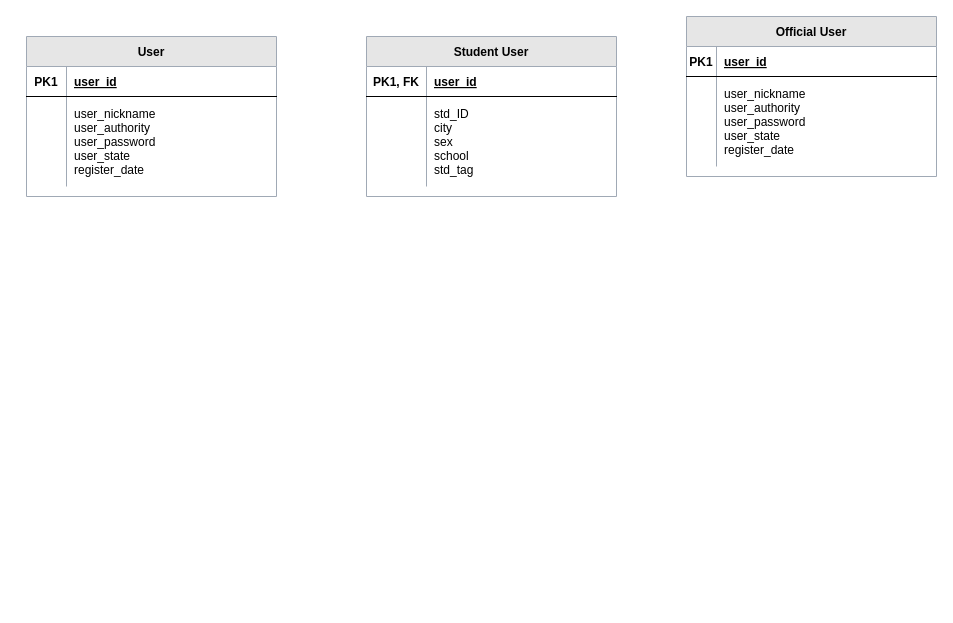
Earlier version of the draw.io diagram Untitled Diagram.drawio (LeoHolmes416/Code-Symphony). Source tidied: cells renumbered, new cells numbered last; positions are measured from the earlier drawing's top-left corner, leaving out a move shared by most shapes. Both pictures are drawn from the tidied source at 100%, with x=0, y=0 at pixel (26, 16).
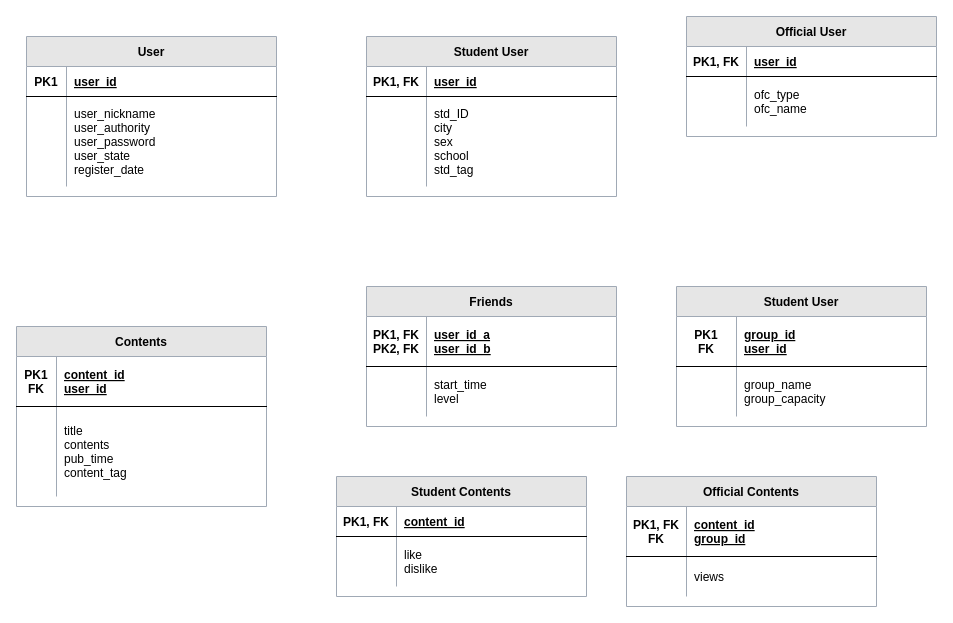
Above is the later version.

Unchanged cells that the change refers to:
```xml
<mxCell id="17" style="shape=partialRectangle;fillColor=none;top=0;left=0;right=0;bottom=1;" parent="16" vertex="1">
  <mxGeometry y="30" width="250" height="30" as="geometry" />
</mxCell>
```

What changed in the source:
```diff
@@
     <mxCell id="16" value="Official User" style="shape=table;startSize=30;childLayout=tableLayout;rowLines=0;fontStyle=1;align=center;swimlaneFillColor=#ffffff;strokeColor=#A0A9B5;fillColor=#E6E6E6;" parent="1" vertex="1">
-      <mxGeometry x="660" width="250" height="160" as="geometry" />
+      <mxGeometry x="660" width="250" height="120" as="geometry" />
     </mxCell>
@@
-    <mxCell id="18" value="PK1" style="shape=partialRectangle;overflow=hidden;fillColor=none;top=0;left=0;bottom=0;right=0;fontStyle=1;" parent="17" vertex="1">
-      <mxGeometry width="30" height="30" as="geometry" />
+    <mxCell id="18" value="PK1, FK" style="shape=partialRectangle;overflow=hidden;fillColor=none;top=0;left=0;bottom=0;right=0;fontStyle=1;" parent="17" vertex="1">
+      <mxGeometry width="60" height="30" as="geometry" />
     </mxCell>
     <mxCell id="19" value="user_id" style="shape=partialRectangle;overflow=hidden;fillColor=none;top=0;left=0;bottom=0;right=0;align=left;spacingLeft=6;fontStyle=5;" parent="17" vertex="1">
-      <mxGeometry x="30" width="220" height="30" as="geometry" />
+      <mxGeometry x="60" width="190" height="30" as="geometry" />
     </mxCell>
     <mxCell id="20" style="shape=partialRectangle;fillColor=none;top=0;left=0;right=0;bottom=0;" parent="16" vertex="1">
-      <mxGeometry y="60" width="250" height="90" as="geometry" />
+      <mxGeometry y="60" width="250" height="50" as="geometry" />
     </mxCell>
     <mxCell id="21" style="shape=partialRectangle;overflow=hidden;fillColor=none;top=0;left=0;bottom=0;right=0;" parent="20" vertex="1">
-      <mxGeometry width="30" height="90" as="geometry" />
+      <mxGeometry width="60" height="50" as="geometry" />
     </mxCell>
-    <mxCell id="22" value="user_nickname&#10;user_authority&#10;user_password&#10;user_state&#10;register_date" style="shape=partialRectangle;overflow=hidden;fillColor=none;top=0;left=0;bottom=0;right=0;align=left;spacingLeft=6;" parent="20" vertex="1">
-      <mxGeometry x="30" width="220" height="90" as="geometry" />
+    <mxCell id="22" value="ofc_type&#10;ofc_name" style="shape=partialRectangle;overflow=hidden;fillColor=none;top=0;left=0;bottom=0;right=0;align=left;spacingLeft=6;" parent="20" vertex="1">
+      <mxGeometry x="60" width="190" height="50" as="geometry" />
     </mxCell>
+    <mxCell id="23" value="Friends" style="shape=table;startSize=30;childLayout=tableLayout;rowLines=0;fontStyle=1;align=center;swimlaneFillColor=#ffffff;strokeColor=#A0A9B5;fillColor=#E6E6E6;" parent="1" vertex="1">
+      <mxGeometry x="340" y="270" width="250" height="140" as="geometry" />
+    </mxCell>
+    <mxCell id="24" style="shape=partialRectangle;fillColor=none;top=0;left=0;right=0;bottom=1;" parent="23" vertex="1">
+      <mxGeometry y="30" width="250" height="50" as="geometry" />
+    </mxCell>
+    <mxCell id="25" value="PK1, FK&#10;PK2, FK" style="shape=partialRectangle;overflow=hidden;fillColor=none;top=0;left=0;bottom=0;right=0;fontStyle=1;" parent="24" vertex="1">
+      <mxGeometry width="60" height="50" as="geometry" />
+    </mxCell>
+    <mxCell id="26" value="user_id_a&#10;user_id_b" style="shape=partialRectangle;overflow=hidden;fillColor=none;top=0;left=0;bottom=0;right=0;align=left;spacingLeft=6;fontStyle=5;" parent="24" vertex="1">
+      <mxGeometry x="60" width="190" height="50" as="geometry" />
+    </mxCell>
+    <mxCell id="27" style="shape=partialRectangle;fillColor=none;top=0;left=0;right=0;bottom=0;" parent="23" vertex="1">
+      <mxGeometry y="80" width="250" height="50" as="geometry" />
+    </mxCell>
+    <mxCell id="28" style="shape=partialRectangle;overflow=hidden;fillColor=none;top=0;left=0;bottom=0;right=0;" parent="27" vertex="1">
+      <mxGeometry width="60" height="50" as="geometry" />
+    </mxCell>
+    <mxCell id="29" value="start_time&#10;level" style="shape=partialRectangle;overflow=hidden;fillColor=none;top=0;left=0;bottom=0;right=0;align=left;spacingLeft=6;" parent="27" vertex="1">
+      <mxGeometry x="60" width="190" height="50" as="geometry" />
+    </mxCell>
+    <mxCell id="30" value="Student User" style="shape=table;startSize=30;childLayout=tableLayout;rowLines=0;fontStyle=1;align=center;swimlaneFillColor=#ffffff;strokeColor=#A0A9B5;fillColor=#E6E6E6;" parent="1" vertex="1">
+      <mxGeometry x="650" y="270" width="250" height="140" as="geometry" />
+    </mxCell>
+    <mxCell id="31" style="shape=partialRectangle;fillColor=none;top=0;left=0;right=0;bottom=1;" parent="30" vertex="1">
+      <mxGeometry y="30" width="250" height="50" as="geometry" />
+    </mxCell>
+    <mxCell id="32" value="PK1&#10;FK" style="shape=partialRectangle;overflow=hidden;fillColor=none;top=0;left=0;bottom=0;right=0;fontStyle=1;" parent="31" vertex="1">
+      <mxGeometry width="60" height="50" as="geometry" />
+    </mxCell>
+    <mxCell id="33" value="group_id&#10;user_id" style="shape=partialRectangle;overflow=hidden;fillColor=none;top=0;left=0;bottom=0;right=0;align=left;spacingLeft=6;fontStyle=5;" parent="31" vertex="1">
+      <mxGeometry x="60" width="190" height="50" as="geometry" />
+    </mxCell>
+    <mxCell id="34" style="shape=partialRectangle;fillColor=none;top=0;left=0;right=0;bottom=0;" parent="30" vertex="1">
+      <mxGeometry y="80" width="250" height="50" as="geometry" />
+    </mxCell>
+    <mxCell id="35" style="shape=partialRectangle;overflow=hidden;fillColor=none;top=0;left=0;bottom=0;right=0;" parent="34" vertex="1">
+      <mxGeometry width="60" height="50" as="geometry" />
+    </mxCell>
+    <mxCell id="36" value="group_name&#10;group_capacity" style="shape=partialRectangle;overflow=hidden;fillColor=none;top=0;left=0;bottom=0;right=0;align=left;spacingLeft=6;" parent="34" vertex="1">
+      <mxGeometry x="60" width="190" height="50" as="geometry" />
+    </mxCell>
+    <mxCell id="37" value="Contents" style="shape=table;startSize=30;childLayout=tableLayout;rowLines=0;fontStyle=1;align=center;swimlaneFillColor=#ffffff;strokeColor=#A0A9B5;fillColor=#E6E6E6;" parent="1" vertex="1">
+      <mxGeometry x="-10" y="310" width="250" height="180" as="geometry" />
+    </mxCell>
+    <mxCell id="38" style="shape=partialRectangle;fillColor=none;top=0;left=0;right=0;bottom=1;" parent="37" vertex="1">
+      <mxGeometry y="30" width="250" height="50" as="geometry" />
+    </mxCell>
+    <mxCell id="39" value="PK1&#10;FK" style="shape=partialRectangle;overflow=hidden;fillColor=none;top=0;left=0;bottom=0;right=0;fontStyle=1;" parent="38" vertex="1">
+      <mxGeometry width="40" height="50" as="geometry" />
+    </mxCell>
+    <mxCell id="40" value="content_id&#10;user_id" style="shape=partialRectangle;overflow=hidden;fillColor=none;top=0;left=0;bottom=0;right=0;align=left;spacingLeft=6;fontStyle=5;" parent="38" vertex="1">
+      <mxGeometry x="40" width="210" height="50" as="geometry" />
+    </mxCell>
+    <mxCell id="41" style="shape=partialRectangle;fillColor=none;top=0;left=0;right=0;bottom=0;" parent="37" vertex="1">
+      <mxGeometry y="80" width="250" height="90" as="geometry" />
+    </mxCell>
+    <mxCell id="42" style="shape=partialRectangle;overflow=hidden;fillColor=none;top=0;left=0;bottom=0;right=0;" parent="41" vertex="1">
+      <mxGeometry width="40" height="90" as="geometry" />
+    </mxCell>
+    <mxCell id="43" value="title&#10;contents&#10;pub_time&#10;content_tag" style="shape=partialRectangle;overflow=hidden;fillColor=none;top=0;left=0;bottom=0;right=0;align=left;spacingLeft=6;" parent="41" vertex="1">
+      <mxGeometry x="40" width="210" height="90" as="geometry" />
+    </mxCell>
+    <mxCell id="44" value="Student Contents" style="shape=table;startSize=30;childLayout=tableLayout;rowLines=0;fontStyle=1;align=center;swimlaneFillColor=#ffffff;strokeColor=#A0A9B5;fillColor=#E6E6E6;" parent="1" vertex="1">
+      <mxGeometry x="310" y="460" width="250" height="120" as="geometry" />
+    </mxCell>
+    <mxCell id="45" style="shape=partialRectangle;fillColor=none;top=0;left=0;right=0;bottom=1;" parent="44" vertex="1">
+      <mxGeometry y="30" width="250" height="30" as="geometry" />
+    </mxCell>
+    <mxCell id="46" value="PK1, FK" style="shape=partialRectangle;overflow=hidden;fillColor=none;top=0;left=0;bottom=0;right=0;fontStyle=1;" parent="45" vertex="1">
+      <mxGeometry width="60" height="30" as="geometry" />
+    </mxCell>
+    <mxCell id="47" value="content_id" style="shape=partialRectangle;overflow=hidden;fillColor=none;top=0;left=0;bottom=0;right=0;align=left;spacingLeft=6;fontStyle=5;" parent="45" vertex="1">
+      <mxGeometry x="60" width="190" height="30" as="geometry" />
+    </mxCell>
+    <mxCell id="48" style="shape=partialRectangle;fillColor=none;top=0;left=0;right=0;bottom=0;" parent="44" vertex="1">
+      <mxGeometry y="60" width="250" height="50" as="geometry" />
+    </mxCell>
+    <mxCell id="49" style="shape=partialRectangle;overflow=hidden;fillColor=none;top=0;left=0;bottom=0;right=0;" parent="48" vertex="1">
+      <mxGeometry width="60" height="50" as="geometry" />
+    </mxCell>
+    <mxCell id="50" value="like&#10;dislike" style="shape=partialRectangle;overflow=hidden;fillColor=none;top=0;left=0;bottom=0;right=0;align=left;spacingLeft=6;" parent="48" vertex="1">
+      <mxGeometry x="60" width="190" height="50" as="geometry" />
+    </mxCell>
+    <mxCell id="51" value="Official Contents" style="shape=table;startSize=30;childLayout=tableLayout;rowLines=0;fontStyle=1;align=center;swimlaneFillColor=#ffffff;strokeColor=#A0A9B5;fillColor=#E6E6E6;" parent="1" vertex="1">
+      <mxGeometry x="600" y="460" width="250" height="130" as="geometry" />
+    </mxCell>
+    <mxCell id="52" style="shape=partialRectangle;fillColor=none;top=0;left=0;right=0;bottom=1;" parent="51" vertex="1">
+      <mxGeometry y="30" width="250" height="50" as="geometry" />
+    </mxCell>
+    <mxCell id="53" value="PK1, FK&#10;FK" style="shape=partialRectangle;overflow=hidden;fillColor=none;top=0;left=0;bottom=0;right=0;fontStyle=1;" parent="52" vertex="1">
+      <mxGeometry width="60" height="50" as="geometry" />
+    </mxCell>
+    <mxCell id="54" value="content_id&#10;group_id" style="shape=partialRectangle;overflow=hidden;fillColor=none;top=0;left=0;bottom=0;right=0;align=left;spacingLeft=6;fontStyle=5;" parent="52" vertex="1">
+      <mxGeometry x="60" width="190" height="50" as="geometry" />
+    </mxCell>
+    <mxCell id="55" style="shape=partialRectangle;fillColor=none;top=0;left=0;right=0;bottom=0;" parent="51" vertex="1">
+      <mxGeometry y="80" width="250" height="40" as="geometry" />
+    </mxCell>
+    <mxCell id="56" style="shape=partialRectangle;overflow=hidden;fillColor=none;top=0;left=0;bottom=0;right=0;" parent="55" vertex="1">
+      <mxGeometry width="60" height="40" as="geometry" />
+    </mxCell>
+    <mxCell id="57" value="views" style="shape=partialRectangle;overflow=hidden;fillColor=none;top=0;left=0;bottom=0;right=0;align=left;spacingLeft=6;" parent="55" vertex="1">
+      <mxGeometry x="60" width="190" height="40" as="geometry" />
+    </mxCell>
```
